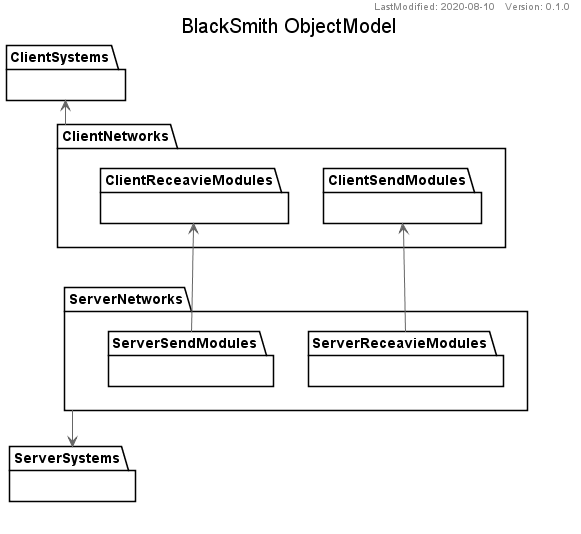
Earlier version of the PlantUML export class-diagram/Outputs/BS_ObjectModel.png (6289526/Software_Game). The source it was exported from:
```plantuml
@startuml BS_ObjectModel
!include IncludeFiles/Setting.pu
!define _VERSION_ 0.1.0
!define _FILE_CODE_ ObjectModel
!define _LAST_MODIFIED_ 2020-08-10
!include IncludeFiles/Layout.pu

namespace ClientSystems{

}

namespace ClientNetworks{
    namespace ClientSendModules{

    }

    namespace ClientReceavieModules{

    }
}

namespace ServerNetworks{
    namespace ServerSendModules{

    }

    namespace ServerReceavieModules{

    }
}

namespace ServerSystems{

}





ClientSystems <-- ClientNetworks

ClientNetworks.ClientReceavieModules <-- ServerNetworks.ServerSendModules
ClientNetworks.ClientSendModules <-- ServerNetworks.ServerReceavieModules

ServerNetworks --> ServerSystems

@enduml
```
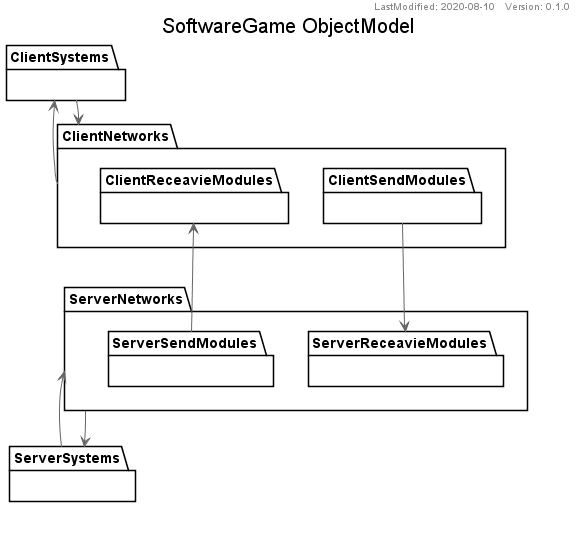
After the commit.

Commit message:
モデル図のシステムとネットワークを相互依存に変更

Change to the diagram source:
```diff
@@ -38,10 +38,12 @@
 
 
 ClientSystems <-- ClientNetworks
+ClientSystems --> ClientNetworks
 
 ClientNetworks.ClientReceavieModules <-- ServerNetworks.ServerSendModules
-ClientNetworks.ClientSendModules <-- ServerNetworks.ServerReceavieModules
+ClientNetworks.ClientSendModules --> ServerNetworks.ServerReceavieModules
 
+ServerNetworks <-- ServerSystems
 ServerNetworks --> ServerSystems
 
 @enduml
```
